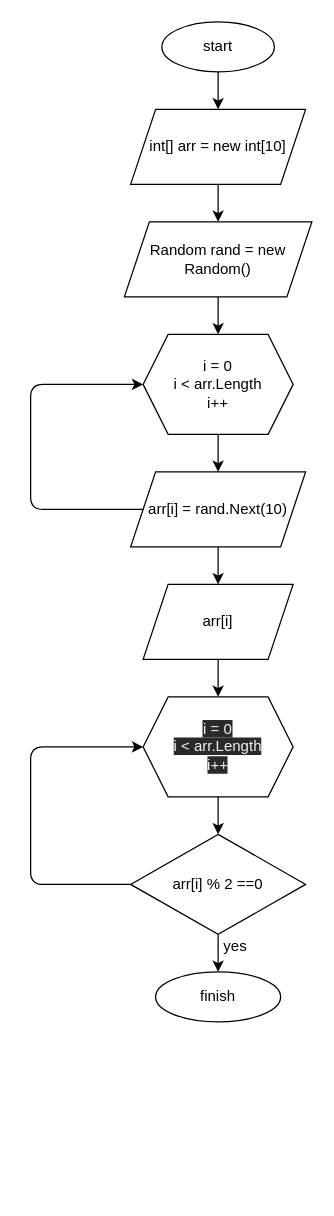
This is block diagram.drawio from dapir/credit-work, a draw.io file, before an edit. Source tidied: cells renumbered, new cells numbered last; positions are measured from the earlier drawing's top-left corner, leaving out a move shared by most shapes. Both pictures are drawn from the tidied source at 125%, with x=0, y=0 at pixel (30, 21).
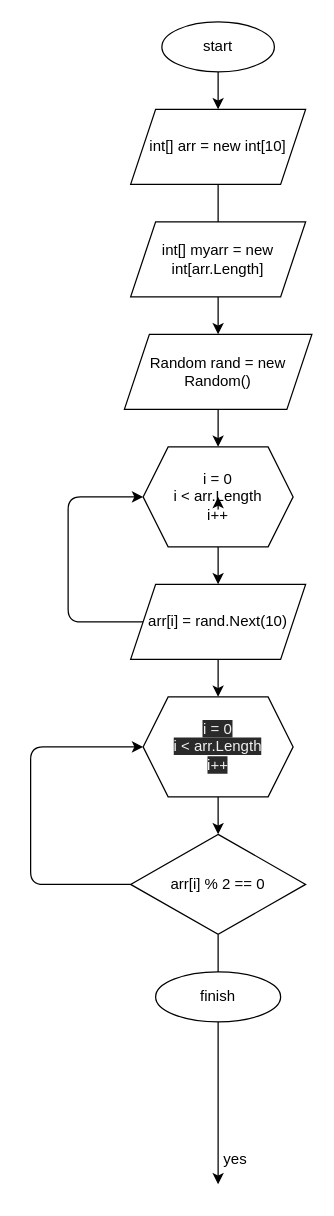
The same diagram, later.

Commit message:
переделал блок-схему

The change refers to these unchanged cells:
```xml
<mxCell id="7" value="int[] arr = new int[10]" style="shape=parallelogram;perimeter=parallelogramPerimeter;whiteSpace=wrap;html=1;fixedSize=1;" parent="1" vertex="1">
  <mxGeometry x="80" y="70" width="140" height="60" as="geometry" />
</mxCell>
<mxCell id="16" value="&#10;&#10;&lt;span style=&quot;color: rgb(240, 240, 240); font-family: helvetica; font-size: 12px; font-style: normal; font-weight: 400; letter-spacing: normal; text-align: center; text-indent: 0px; text-transform: none; word-spacing: 0px; background-color: rgb(42, 42, 42); display: inline; float: none;&quot;&gt;i = 0&lt;/span&gt;&lt;br style=&quot;color: rgb(240, 240, 240); font-family: helvetica; font-size: 12px; font-style: normal; font-weight: 400; letter-spacing: normal; text-align: center; text-indent: 0px; text-transform: none; word-spacing: 0px; background-color: rgb(42, 42, 42);&quot;&gt;&lt;span style=&quot;color: rgb(240, 240, 240); font-family: helvetica; font-size: 12px; font-style: normal; font-weight: 400; letter-spacing: normal; text-align: center; text-indent: 0px; text-transform: none; word-spacing: 0px; background-color: rgb(42, 42, 42); display: inline; float: none;&quot;&gt;i &amp;lt; arr.Length&lt;/span&gt;&lt;br style=&quot;color: rgb(240, 240, 240); font-family: helvetica; font-size: 12px; font-style: normal; font-weight: 400; letter-spacing: normal; text-align: center; text-indent: 0px; text-transform: none; word-spacing: 0px; background-color: rgb(42, 42, 42);&quot;&gt;&lt;span style=&quot;color: rgb(240, 240, 240); font-family: helvetica; font-size: 12px; font-style: normal; font-weight: 400; letter-spacing: normal; text-align: center; text-indent: 0px; text-transform: none; word-spacing: 0px; background-color: rgb(42, 42, 42); display: inline; float: none;&quot;&gt;i++&lt;/span&gt;&#10;&#10;" style="shape=hexagon;perimeter=hexagonPerimeter2;whiteSpace=wrap;html=1;fixedSize=1;" parent="1" vertex="1">
  <mxGeometry x="90" y="540" width="120" height="80" as="geometry" />
</mxCell>
```

The edit, as a diff of the source:
```diff
@@
     <mxCell id="5" value="i = 0&lt;br&gt;i &amp;lt; arr.Length&lt;br&gt;i++" style="shape=hexagon;perimeter=hexagonPerimeter2;whiteSpace=wrap;html=1;fixedSize=1;" parent="1" vertex="1">
-      <mxGeometry x="90" y="250" width="120" height="80" as="geometry" />
+      <mxGeometry x="90" y="340" width="120" height="80" as="geometry" />
     </mxCell>
-    <mxCell id="6" style="edgeStyle=none;html=1;" parent="1" edge="1" source="7" target="11">
+    <mxCell id="6" style="edgeStyle=none;html=1;startArrow=none;" parent="1" edge="1" source="23" target="11">
       <mxGeometry relative="1" as="geometry" />
     </mxCell>
@@
-    <mxCell id="8" style="edgeStyle=none;html=1;" parent="1" edge="1" source="9" target="16">
-      <mxGeometry relative="1" as="geometry" />
-    </mxCell>
-    <mxCell id="9" value="arr[i]" style="shape=parallelogram;perimeter=parallelogramPerimeter;whiteSpace=wrap;html=1;fixedSize=1;" parent="1" vertex="1">
-      <mxGeometry x="90" y="450" width="120" height="60" as="geometry" />
-    </mxCell>
-    <mxCell id="10" style="edgeStyle=none;html=1;" parent="1" edge="1" source="11" target="5">
-      <mxGeometry relative="1" as="geometry" />
+    <mxCell id="10" style="edgeStyle=none;html=1;" parent="1" edge="1" target="5">
+      <mxGeometry relative="1" as="geometry">
+        <mxPoint x="150" y="390" as="sourcePoint" />
+      </mxGeometry>
     </mxCell>
+    <mxCell id="22" style="edgeStyle=none;html=1;" parent="1" edge="1" source="11" target="5">
+      <mxGeometry relative="1" as="geometry" />
+    </mxCell>
     <mxCell id="11" value="Random rand = new Random()" style="shape=parallelogram;perimeter=parallelogramPerimeter;whiteSpace=wrap;html=1;fixedSize=1;" parent="1" vertex="1">
-      <mxGeometry x="75" y="160" width="150" height="60" as="geometry" />
+      <mxGeometry x="75" y="250" width="150" height="60" as="geometry" />
     </mxCell>
-    <mxCell id="12" style="edgeStyle=none;html=1;" parent="1" edge="1" source="14" target="9">
-      <mxGeometry relative="1" as="geometry" />
+    <mxCell id="12" style="edgeStyle=none;html=1;" parent="1" edge="1" source="14">
+      <mxGeometry relative="1" as="geometry">
+        <mxPoint x="150" y="540" as="targetPoint" />
+      </mxGeometry>
     </mxCell>
     <mxCell id="13" style="edgeStyle=none;html=1;entryX=0;entryY=0.5;entryDx=0;entryDy=0;" parent="1" edge="1" source="14" target="5">
       <mxGeometry relative="1" as="geometry">
         <Array as="points">
-          <mxPoint y="390" />
-          <mxPoint y="290" />
+          <mxPoint x="30" y="480" />
+          <mxPoint x="30" y="380" />
         </Array>
       </mxGeometry>
     </mxCell>
     <mxCell id="14" value="arr[i] = rand.Next(10)" style="shape=parallelogram;perimeter=parallelogramPerimeter;whiteSpace=wrap;html=1;fixedSize=1;" parent="1" vertex="1">
-      <mxGeometry x="80" y="360" width="140" height="60" as="geometry" />
+      <mxGeometry x="80" y="450" width="140" height="60" as="geometry" />
     </mxCell>
@@
     <mxCell id="17" style="edgeStyle=none;html=1;" parent="1" edge="1" source="19">
       <mxGeometry relative="1" as="geometry">
-        <mxPoint x="150" y="760" as="targetPoint" />
+        <mxPoint x="150" y="930" as="targetPoint" />
       </mxGeometry>
     </mxCell>
@@
-    <mxCell id="19" value="arr[i] % 2 ==0" style="rhombus;whiteSpace=wrap;html=1;" parent="1" vertex="1">
+    <mxCell id="19" value="arr[i] % 2 == 0" style="rhombus;whiteSpace=wrap;html=1;" parent="1" vertex="1">
       <mxGeometry x="80" y="650" width="140" height="80" as="geometry" />
     </mxCell>
@@
     <mxCell id="21" value="yes" style="text;html=1;strokeColor=none;fillColor=none;align=center;verticalAlign=middle;whiteSpace=wrap;rounded=0;" parent="1" vertex="1">
-      <mxGeometry x="144" y="730" width="40" height="20" as="geometry" />
+      <mxGeometry x="144" y="900" width="40" height="20" as="geometry" />
     </mxCell>
+    <mxCell id="23" value="int[] myarr = new int[arr.Length]" style="shape=parallelogram;perimeter=parallelogramPerimeter;whiteSpace=wrap;html=1;fixedSize=1;" parent="1" vertex="1">
+      <mxGeometry x="80" y="160" width="140" height="60" as="geometry" />
+    </mxCell>
+    <mxCell id="24" style="edgeStyle=none;html=1;endArrow=none;" parent="1" edge="1" source="7" target="23">
+      <mxGeometry relative="1" as="geometry" />
+    </mxCell>
```
